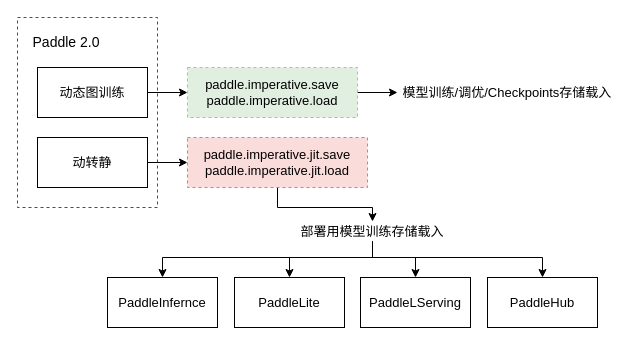
The draw.io diagram save-load.drawio in chenwhql/diagrams, before the edit. Source tidied: cells renumbered, new cells numbered last; positions are measured from the earlier drawing's top-left corner, leaving out a move shared by most shapes. Both pictures are drawn from the tidied source at 100%, with x=0, y=0 at pixel (17, 17).
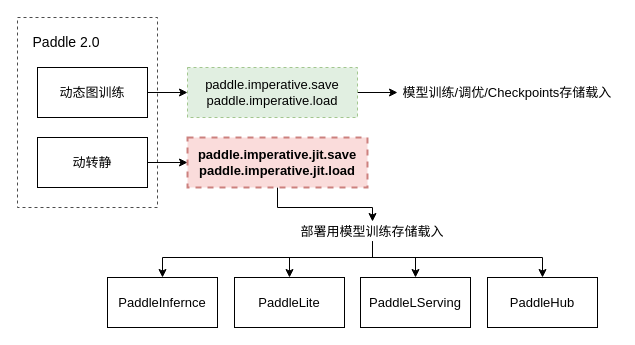
Above is the later version.

The change refers to these unchanged cells:
```xml
<mxCell id="19" value="部署用模型训练存储载入" style="text;html=1;strokeColor=none;fillColor=none;align=center;verticalAlign=middle;whiteSpace=wrap;rounded=0;dashed=1;fontSize=13;opacity=70;" parent="1" vertex="1">
  <mxGeometry x="230" y="204" width="250" height="20" as="geometry" />
</mxCell>
```

What changed in the source:
```diff
@@
-    <mxCell id="9" style="edgeStyle=orthogonalEdgeStyle;rounded=0;jettySize=auto;html=1;fontSize=13;" parent="1" edge="1" source="10" target="19">
+    <mxCell id="9" style="edgeStyle=orthogonalEdgeStyle;rounded=0;jettySize=auto;html=1;fontSize=13;strokeWidth=1;" parent="1" edge="1" source="10" target="19">
       <mxGeometry relative="1" as="geometry" />
     </mxCell>
-    <mxCell id="10" value="&lt;span&gt;paddle.imperative.jit.save&lt;/span&gt;&lt;br&gt;&lt;span&gt;paddle.imperative.jit.load&lt;/span&gt;" style="rounded=0;whiteSpace=wrap;html=1;dashed=1;fontSize=13;opacity=70;fillColor=#f8cecc;strokeColor=#b85450;" parent="1" vertex="1">
+    <mxCell id="10" value="&lt;span&gt;paddle.imperative.jit.save&lt;/span&gt;&lt;br&gt;&lt;span&gt;paddle.imperative.jit.load&lt;/span&gt;" style="rounded=0;whiteSpace=wrap;html=1;dashed=1;fontSize=13;opacity=70;fillColor=#f8cecc;strokeColor=#b85450;strokeWidth=2;fontStyle=1;" parent="1" vertex="1">
       <mxGeometry x="170" y="120" width="180" height="50" as="geometry" />
     </mxCell>
```
